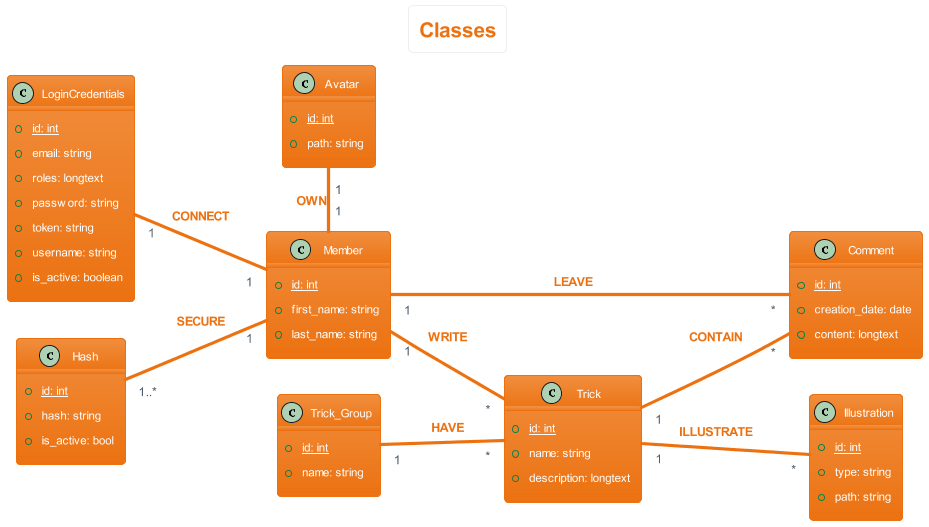
Earlier version of the PlantUML export diagrammes/class/classes.png (sebastien-d-me/SnowTricks).
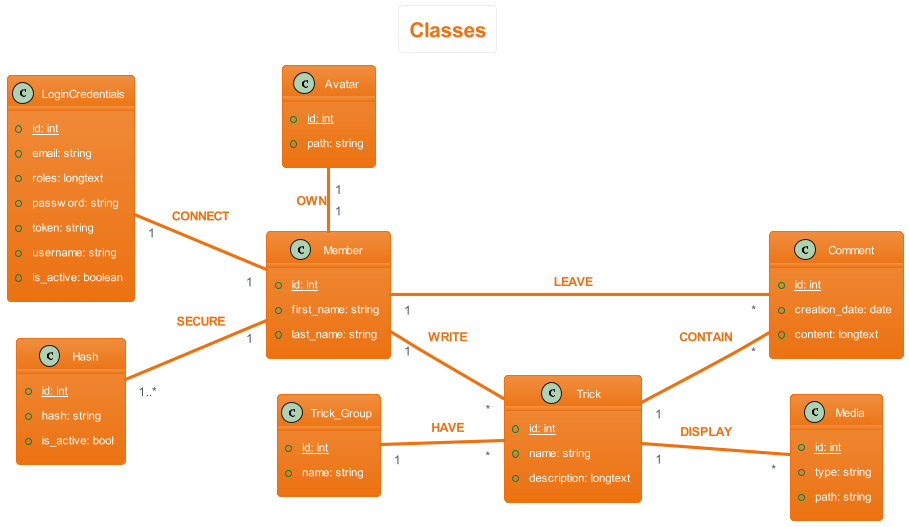
Later version of the same file.

Diff of the diagram source:
```diff
@@ -46,7 +46,7 @@
     +is_active: bool
 }
 
-class Illustration {
+class Media {
     {static} +id: int
     +type: string
     +path: string
@@ -64,5 +64,5 @@
 Member "1" -- "*" Comment: $warning("LEAVE")
 Trick "1" -- "*" Comment: $warning("CONTAIN")
 Trick_Group "1" -- "*" Trick: $warning("HAVE")
-Trick "1" -- "*" Illustration: $warning("ILLUSTRATE")
+Trick "1" -- "*" Media: $warning("DISPLAY")
 @enduml
```
